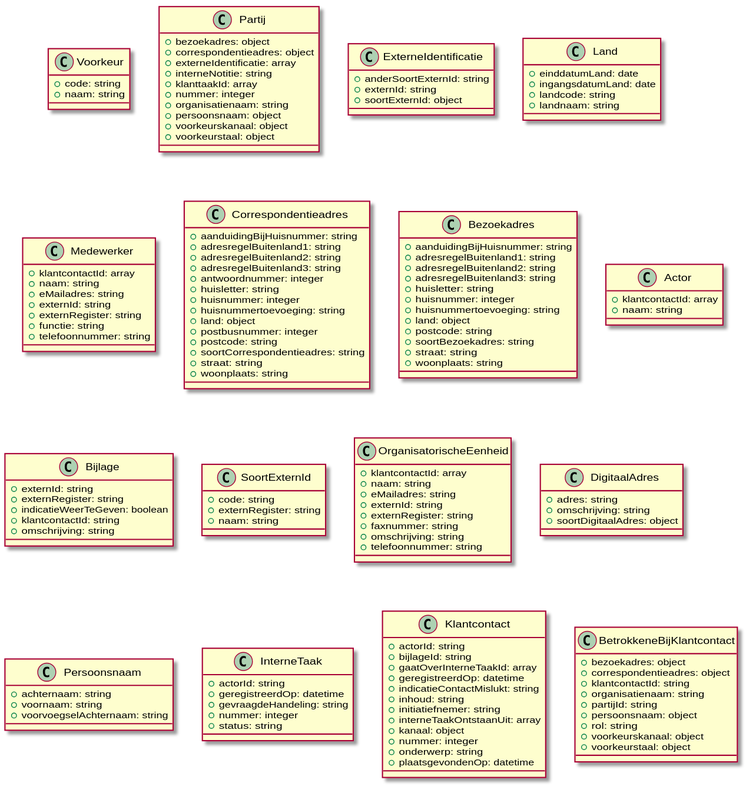
Before: docs/schema/all_classes.svg, a diagram exported from PlantUML (CommonGateway/CustomerInteractionBundle).
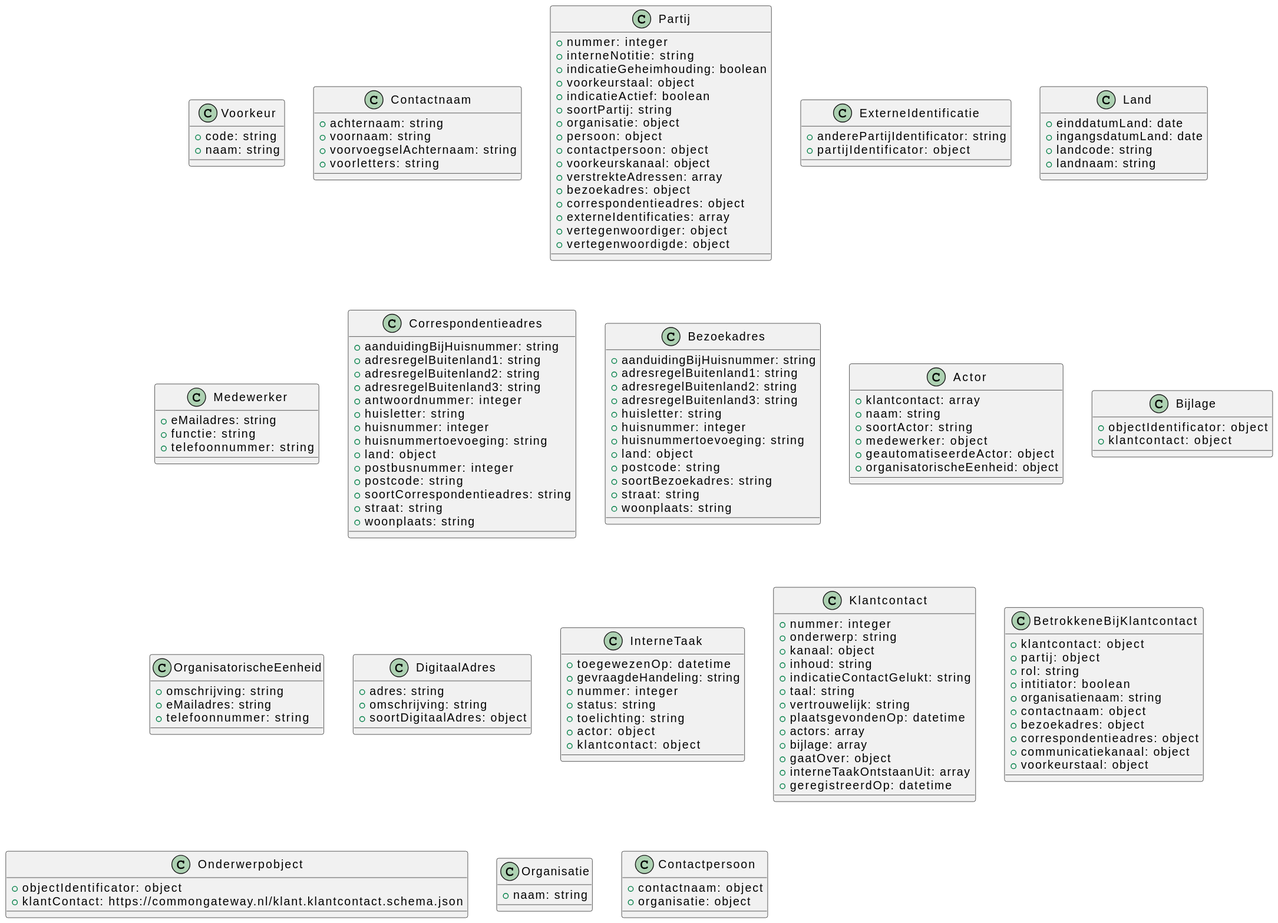
After the change.

Diff of the diagram source:
```diff
@@ -3,22 +3,33 @@
   + code: string
   + naam: string
 }
+class Contactnaam {
+  + achternaam: string
+  + voornaam: string
+  + voorvoegselAchternaam: string
+  + voorletters: string
+}
 class Partij {
+  + nummer: integer
+  + interneNotitie: string
+  + indicatieGeheimhouding: boolean
+  + voorkeurstaal: object
+  + indicatieActief: boolean
+  + soortPartij: string
+  + organisatie: object
+  + persoon: object
+  + contactpersoon: object
+  + voorkeurskanaal: object
+  + verstrekteAdressen: array
   + bezoekadres: object
   + correspondentieadres: object
-  + externeIdentificatie: array
-  + interneNotitie: string
-  + klanttaakId: array
-  + nummer: integer
-  + organisatienaam: string
-  + persoonsnaam: object
-  + voorkeurskanaal: object
-  + voorkeurstaal: object
+  + externeIdentificaties: array
+  + vertegenwoordiger: object
+  + vertegenwoordigde: object
 }
 class ExterneIdentificatie {
-  + anderSoortExternId: string
-  + externId: string
-  + soortExternId: object
+  + anderePartijIdentificator: string
+  + partijIdentificator: object
 }
 class Land {
   + einddatumLand: date
@@ -27,11 +38,7 @@
   + landnaam: string
 }
 class Medewerker {
-  + klantcontactId: array
-  + naam: string
   + eMailadres: string
-  + externId: string
-  + externRegister: string
   + functie: string
   + telefoonnummer: string
 }
@@ -66,29 +73,20 @@
   + woonplaats: string
 }
 class Actor {
-  + klantcontactId: array
+  + klantcontact: array
   + naam: string
+  + soortActor: string
+  + medewerker: object
+  + geautomatiseerdeActor: object
+  + organisatorischeEenheid: object
 }
 class Bijlage {
-  + externId: string
-  + externRegister: string
-  + indicatieWeerTeGeven: boolean
-  + klantcontactId: string
-  + omschrijving: string
-}
-class SoortExternId {
-  + code: string
-  + externRegister: string
-  + naam: string
+  + objectIdentificator: object
+  + klantcontact: object
 }
 class OrganisatorischeEenheid {
-  + klantcontactId: array
-  + naam: string
+  + omschrijving: string
   + eMailadres: string
-  + externId: string
-  + externRegister: string
-  + faxnummer: string
-  + omschrijving: string
   + telefoonnummer: string
 }
 class DigitaalAdres {
@@ -96,41 +94,51 @@
   + omschrijving: string
   + soortDigitaalAdres: object
 }
-class Persoonsnaam {
-  + achternaam: string
-  + voornaam: string
-  + voorvoegselAchternaam: string
-}
 class InterneTaak {
-  + actorId: string
-  + geregistreerdOp: datetime
+  + toegewezenOp: datetime
   + gevraagdeHandeling: string
   + nummer: integer
   + status: string
+  + toelichting: string
+  + actor: object
+  + klantcontact: object
 }
 class Klantcontact {
-  + actorId: string
-  + bijlageId: string
-  + gaatOverInterneTaakId: array
-  + geregistreerdOp: datetime
-  + indicatieContactMislukt: string
-  + inhoud: string
-  + initiatiefnemer: string
-  + interneTaakOntstaanUit: array
-  + kanaal: object
   + nummer: integer
   + onderwerp: string
+  + kanaal: object
+  + inhoud: string
+  + indicatieContactGelukt: string
+  + taal: string
+  + vertrouwelijk: string
   + plaatsgevondenOp: datetime
+  + actors: array
+  + bijlage: array
+  + gaatOver: object
+  + interneTaakOntstaanUit: array
+  + geregistreerdOp: datetime
 }
 class BetrokkeneBijKlantcontact {
+  + klantcontact: object
+  + partij: object
+  + rol: string
+  + intitiator: boolean
+  + organisatienaam: string
+  + contactnaam: object
   + bezoekadres: object
   + correspondentieadres: object
-  + klantcontactId: string
-  + organisatienaam: string
-  + partijId: string
-  + persoonsnaam: object
-  + rol: string
-  + voorkeurskanaal: object
+  + communicatiekanaal: object
   + voorkeurstaal: object
 }
+class Onderwerpobject {
+  + objectIdentificator: object
+  + klantContact: https://commongateway.nl/klant.klantcontact.schema.json
+}
+class Organisatie {
+  + naam: string
+}
+class Contactpersoon {
+  + contactnaam: object
+  + organisatie: object
+}
 @enduml
```
